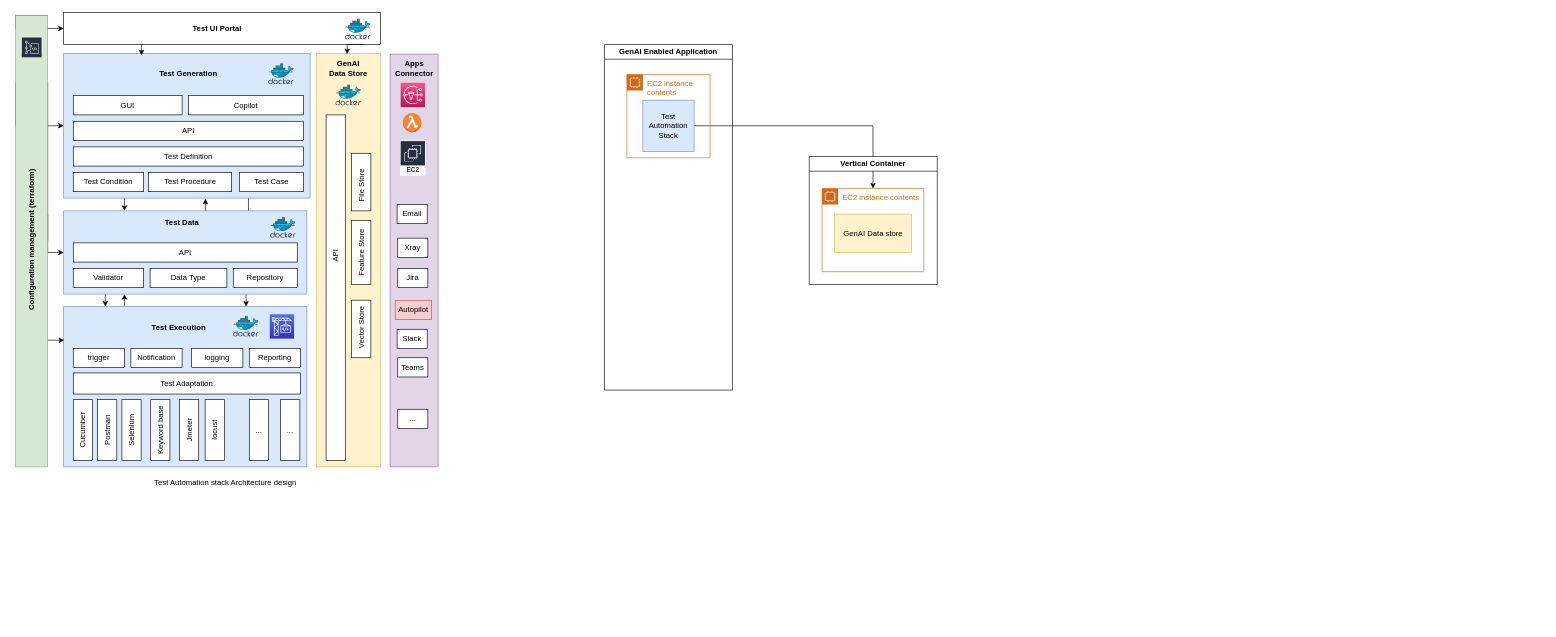
maxlinux/lab keeps this draw.io diagram as Untitled Diagram.drawio. Above is the earlier version. Source tidied: cells renumbered, new cells numbered last; positions are measured from the earlier drawing's top-left corner, leaving out a move shared by most shapes. Both pictures are drawn from the tidied source at 64%, with x=0, y=0 at pixel (-45, 12). Pictures stored in the file or linked from it are replaced by grey dashed boxes.
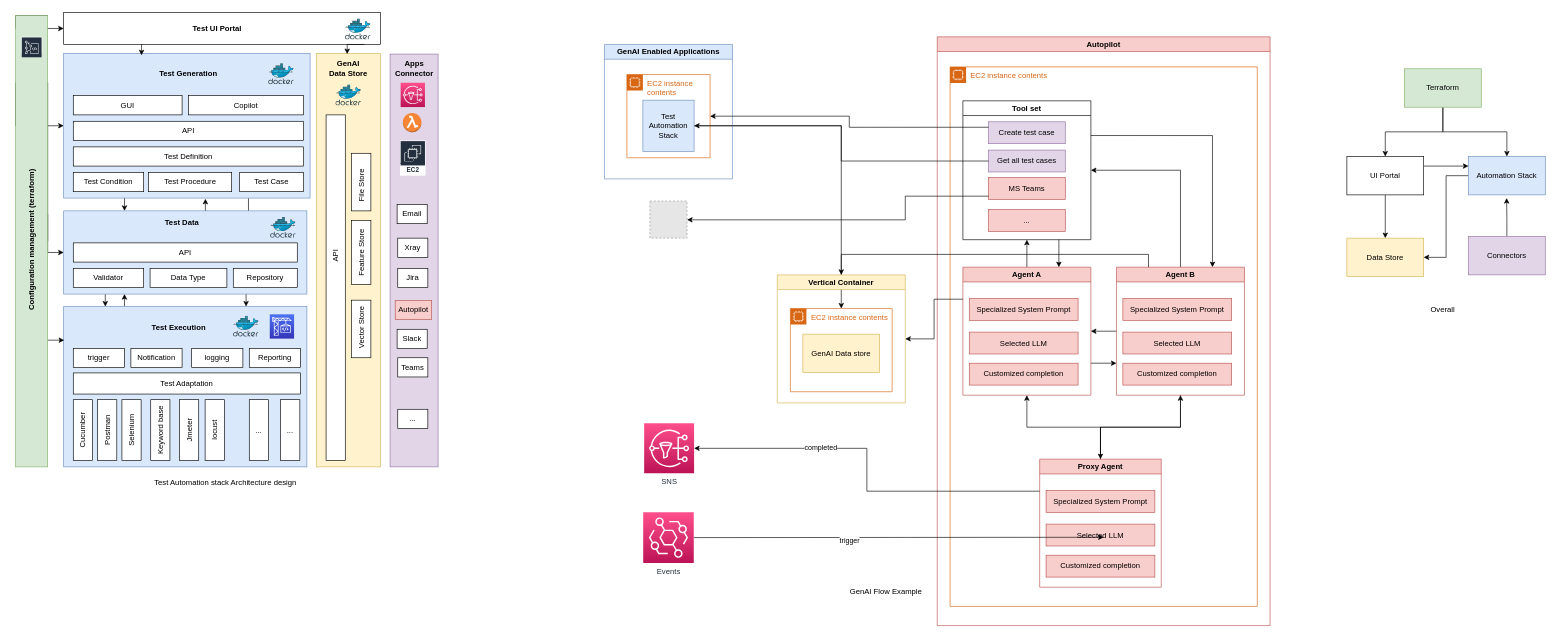
After the change.

Unchanged cells that the change refers to:
```xml
<mxCell id="88" value="EC2 instance contents" style="points=[[0,0],[0.25,0],[0.5,0],[0.75,0],[1,0],[1,0.25],[1,0.5],[1,0.75],[1,1],[0.75,1],[0.5,1],[0.25,1],[0,1],[0,0.75],[0,0.5],[0,0.25]];outlineConnect=0;gradientColor=none;html=1;whiteSpace=wrap;fontSize=12;fontStyle=0;shape=mxgraph.aws4.group;grIcon=mxgraph.aws4.group_ec2_instance_contents;strokeColor=#D86613;fillColor=none;verticalAlign=top;align=left;spacingLeft=30;fontColor=#D86613;dashed=0;" parent="87" vertex="1">
  <mxGeometry x="35" y="47" width="130" height="130" as="geometry" />
</mxCell>
<mxCell id="89" value="Test Automation Stack" style="whiteSpace=wrap;html=1;fillColor=#dae8fc;strokeColor=#6c8ebf;" parent="88" vertex="1">
  <mxGeometry x="25" y="40" width="80" height="80" as="geometry" />
</mxCell>
```

What changed in the source:
```diff
@@
+    <mxCell id="85" style="edgeStyle=orthogonalEdgeStyle;rounded=0;jettySize=auto;html=1;exitX=1;exitY=0.5;exitDx=0;exitDy=0;" parent="1" edge="1" source="89" target="83">
+      <mxGeometry relative="1" as="geometry" />
+    </mxCell>
+    <mxCell id="86" value="Vertical Container" style="swimlane;whiteSpace=wrap;html=1;fillColor=#fff2cc;strokeColor=#d6b656;" parent="1" vertex="1">
+      <mxGeometry x="1285" y="410" width="200" height="200" as="geometry" />
+    </mxCell>
-    <mxCell id="83" value="EC2 instance contents" style="points=[[0,0],[0.25,0],[0.5,0],[0.75,0],[1,0],[1,0.25],[1,0.5],[1,0.75],[1,1],[0.75,1],[0.5,1],[0.25,1],[0,1],[0,0.75],[0,0.5],[0,0.25]];outlineConnect=0;gradientColor=none;html=1;whiteSpace=wrap;fontSize=12;fontStyle=0;shape=mxgraph.aws4.group;grIcon=mxgraph.aws4.group_ec2_instance_contents;strokeColor=#D86613;fillColor=none;verticalAlign=top;align=left;spacingLeft=30;fontColor=#D86613;dashed=0;" parent="1" vertex="1">
-      <mxGeometry x="1355" y="275" width="159" height="130" as="geometry" />
+    <mxCell id="83" value="EC2 instance contents" style="points=[[0,0],[0.25,0],[0.5,0],[0.75,0],[1,0],[1,0.25],[1,0.5],[1,0.75],[1,1],[0.75,1],[0.5,1],[0.25,1],[0,1],[0,0.75],[0,0.5],[0,0.25]];outlineConnect=0;gradientColor=none;html=1;whiteSpace=wrap;fontSize=12;fontStyle=0;shape=mxgraph.aws4.group;grIcon=mxgraph.aws4.group_ec2_instance_contents;strokeColor=#D86613;fillColor=none;verticalAlign=top;align=left;spacingLeft=30;fontColor=#D86613;dashed=0;" parent="86" vertex="1">
+      <mxGeometry x="20.5" y="52.6" width="159" height="130" as="geometry" />
     </mxCell>
@@
-    <mxCell id="85" style="edgeStyle=orthogonalEdgeStyle;rounded=0;jettySize=auto;html=1;exitX=1;exitY=0.5;exitDx=0;exitDy=0;" parent="1" edge="1" source="89" target="83">
-      <mxGeometry relative="1" as="geometry" />
-    </mxCell>
-    <mxCell id="86" value="Vertical Container" style="swimlane;whiteSpace=wrap;html=1;" parent="1" vertex="1">
-      <mxGeometry x="1335" y="225" width="200" height="200" as="geometry" />
-    </mxCell>
-    <mxCell id="87" value="GenAI Enabled Application" style="swimlane;whiteSpace=wrap;html=1;" parent="1" vertex="1">
-      <mxGeometry x="1015" y="50" width="200" height="540" as="geometry" />
+    <mxCell id="87" value="GenAI Enabled Applications" style="swimlane;whiteSpace=wrap;html=1;fillColor=#dae8fc;strokeColor=#6c8ebf;" parent="1" vertex="1">
+      <mxGeometry x="1015" y="50" width="200" height="210" as="geometry" />
     </mxCell>
@@
+    <mxCell id="90" value="Autopilot" style="swimlane;whiteSpace=wrap;html=1;fillColor=#f8cecc;strokeColor=#b85450;" parent="1" vertex="1">
+      <mxGeometry x="1535" y="38" width="520" height="920" as="geometry" />
+    </mxCell>
+    <mxCell id="91" value="EC2 instance contents" style="gradientColor=none;html=1;whiteSpace=wrap;fontSize=12;fontStyle=0;shape=mxgraph.aws4.group;grIcon=mxgraph.aws4.group_ec2_instance_contents;strokeColor=#D86613;fillColor=none;verticalAlign=top;align=left;spacingLeft=30;fontColor=#D86613;dashed=0;" parent="90" vertex="1">
+      <mxGeometry x="20" y="47" width="480" height="843" as="geometry" />
+    </mxCell>
+    <mxCell id="92" style="edgeStyle=orthogonalEdgeStyle;rounded=0;jettySize=auto;html=1;exitX=0.5;exitY=0;exitDx=0;exitDy=0;entryX=0.5;entryY=1;entryDx=0;entryDy=0;" parent="91" edge="1" source="94" target="100">
+      <mxGeometry relative="1" as="geometry" />
+    </mxCell>
+    <mxCell id="93" style="edgeStyle=orthogonalEdgeStyle;rounded=0;jettySize=auto;html=1;exitX=1;exitY=0.75;exitDx=0;exitDy=0;entryX=0;entryY=0.75;entryDx=0;entryDy=0;" parent="91" edge="1" source="94" target="108">
+      <mxGeometry relative="1" as="geometry" />
+    </mxCell>
+    <mxCell id="94" value="Agent A" style="swimlane;fillColor=#f8cecc;strokeColor=#b85450;" parent="91" vertex="1">
+      <mxGeometry x="20" y="313" width="200" height="200" as="geometry" />
+    </mxCell>
+    <mxCell id="95" value="Specialized System Prompt" style="rounded=0;whiteSpace=wrap;html=1;fillColor=#f8cecc;strokeColor=#b85450;" parent="94" vertex="1">
+      <mxGeometry x="10" y="48.8" width="170" height="34.2" as="geometry" />
+    </mxCell>
+    <mxCell id="96" value="Selected LLM" style="rounded=0;whiteSpace=wrap;html=1;fillColor=#f8cecc;strokeColor=#b85450;" parent="94" vertex="1">
+      <mxGeometry x="10" y="101.4" width="170" height="34.2" as="geometry" />
+    </mxCell>
+    <mxCell id="97" value="Customized completion" style="rounded=0;whiteSpace=wrap;html=1;fillColor=#f8cecc;strokeColor=#b85450;" parent="94" vertex="1">
+      <mxGeometry x="10" y="150" width="170" height="34.2" as="geometry" />
+    </mxCell>
+    <mxCell id="98" style="edgeStyle=orthogonalEdgeStyle;rounded=0;jettySize=auto;html=1;exitX=0.75;exitY=1;exitDx=0;exitDy=0;entryX=0.75;entryY=0;entryDx=0;entryDy=0;" parent="91" edge="1" source="100" target="94">
+      <mxGeometry relative="1" as="geometry" />
+    </mxCell>
+    <mxCell id="99" style="edgeStyle=orthogonalEdgeStyle;rounded=0;jettySize=auto;html=1;exitX=1;exitY=0.25;exitDx=0;exitDy=0;entryX=0.75;entryY=0;entryDx=0;entryDy=0;" parent="91" edge="1" source="100" target="108">
+      <mxGeometry relative="1" as="geometry" />
+    </mxCell>
+    <mxCell id="100" value="Tool set" style="swimlane;" parent="91" vertex="1">
+      <mxGeometry x="20" y="53" width="200" height="217" as="geometry" />
+    </mxCell>
+    <mxCell id="101" value="Create test case" style="rounded=0;whiteSpace=wrap;html=1;fillColor=#e1d5e7;strokeColor=#9673a6;" parent="100" vertex="1">
+      <mxGeometry x="40" y="32.8" width="120" height="34.2" as="geometry" />
+    </mxCell>
+    <mxCell id="102" value="Get all test cases" style="rounded=0;whiteSpace=wrap;html=1;fillColor=#e1d5e7;strokeColor=#9673a6;" parent="100" vertex="1">
+      <mxGeometry x="40" y="77" width="120" height="34.2" as="geometry" />
+    </mxCell>
+    <mxCell id="103" value="MS Teams" style="rounded=0;whiteSpace=wrap;html=1;fillColor=#f8cecc;strokeColor=#b85450;" parent="100" vertex="1">
+      <mxGeometry x="40" y="120" width="120" height="34.2" as="geometry" />
+    </mxCell>
+    <mxCell id="104" value="..." style="rounded=0;whiteSpace=wrap;html=1;fillColor=#f8cecc;strokeColor=#b85450;" parent="100" vertex="1">
+      <mxGeometry x="40" y="170" width="120" height="34.2" as="geometry" />
+    </mxCell>
+    <mxCell id="105" style="edgeStyle=orthogonalEdgeStyle;rounded=0;jettySize=auto;html=1;exitX=0.5;exitY=0;exitDx=0;exitDy=0;entryX=1;entryY=0.5;entryDx=0;entryDy=0;" parent="91" edge="1" source="108" target="100">
+      <mxGeometry relative="1" as="geometry" />
+    </mxCell>
+    <mxCell id="106" style="edgeStyle=orthogonalEdgeStyle;rounded=0;jettySize=auto;html=1;exitX=0;exitY=0.5;exitDx=0;exitDy=0;entryX=1;entryY=0.5;entryDx=0;entryDy=0;" parent="91" edge="1" source="108" target="94">
+      <mxGeometry relative="1" as="geometry" />
+    </mxCell>
+    <mxCell id="107" style="edgeStyle=orthogonalEdgeStyle;rounded=0;jettySize=auto;html=1;exitX=0.5;exitY=1;exitDx=0;exitDy=0;entryX=0.5;entryY=0;entryDx=0;entryDy=0;" parent="91" edge="1" source="108" target="114">
+      <mxGeometry relative="1" as="geometry" />
+    </mxCell>
+    <mxCell id="108" value="Agent B" style="swimlane;fillColor=#f8cecc;strokeColor=#b85450;" parent="91" vertex="1">
+      <mxGeometry x="260" y="313" width="200" height="200" as="geometry" />
+    </mxCell>
+    <mxCell id="109" value="Specialized System Prompt" style="rounded=0;whiteSpace=wrap;html=1;fillColor=#f8cecc;strokeColor=#b85450;" parent="108" vertex="1">
+      <mxGeometry x="10" y="48.8" width="170" height="34.2" as="geometry" />
+    </mxCell>
+    <mxCell id="110" value="Selected LLM" style="rounded=0;whiteSpace=wrap;html=1;fillColor=#f8cecc;strokeColor=#b85450;" parent="108" vertex="1">
+      <mxGeometry x="10" y="101.4" width="170" height="34.2" as="geometry" />
+    </mxCell>
+    <mxCell id="111" value="Customized completion" style="rounded=0;whiteSpace=wrap;html=1;fillColor=#f8cecc;strokeColor=#b85450;" parent="108" vertex="1">
+      <mxGeometry x="10" y="150" width="170" height="34.2" as="geometry" />
+    </mxCell>
+    <mxCell id="112" style="edgeStyle=orthogonalEdgeStyle;rounded=0;jettySize=auto;html=1;exitX=0.5;exitY=0;exitDx=0;exitDy=0;entryX=0.5;entryY=1;entryDx=0;entryDy=0;" parent="91" edge="1" source="114" target="94">
+      <mxGeometry relative="1" as="geometry" />
+    </mxCell>
+    <mxCell id="113" style="edgeStyle=orthogonalEdgeStyle;rounded=0;jettySize=auto;html=1;exitX=0.5;exitY=0;exitDx=0;exitDy=0;entryX=0.5;entryY=1;entryDx=0;entryDy=0;" parent="91" edge="1" source="114" target="108">
+      <mxGeometry relative="1" as="geometry" />
+    </mxCell>
+    <mxCell id="114" value="Proxy Agent" style="swimlane;fillColor=#f8cecc;strokeColor=#b85450;" parent="91" vertex="1">
+      <mxGeometry x="140" y="613" width="190" height="200" as="geometry" />
+    </mxCell>
+    <mxCell id="115" value="Specialized System Prompt" style="rounded=0;whiteSpace=wrap;html=1;fillColor=#f8cecc;strokeColor=#b85450;" parent="114" vertex="1">
+      <mxGeometry x="10" y="48.8" width="170" height="34.2" as="geometry" />
+    </mxCell>
+    <mxCell id="116" value="Selected LLM" style="rounded=0;whiteSpace=wrap;html=1;fillColor=#f8cecc;strokeColor=#b85450;" parent="114" vertex="1">
+      <mxGeometry x="10" y="101.4" width="170" height="34.2" as="geometry" />
+    </mxCell>
+    <mxCell id="117" value="Customized completion" style="rounded=0;whiteSpace=wrap;html=1;fillColor=#f8cecc;strokeColor=#b85450;" parent="114" vertex="1">
+      <mxGeometry x="10" y="150" width="170" height="34.2" as="geometry" />
+    </mxCell>
+    <mxCell id="118" style="edgeStyle=orthogonalEdgeStyle;rounded=0;jettySize=auto;html=1;exitX=0;exitY=0.25;exitDx=0;exitDy=0;entryX=1;entryY=0.5;entryDx=0;entryDy=0;" parent="1" edge="1" source="101" target="88">
+      <mxGeometry relative="1" as="geometry" />
+    </mxCell>
+    <mxCell id="119" style="edgeStyle=orthogonalEdgeStyle;rounded=0;jettySize=auto;html=1;exitX=0;exitY=0.5;exitDx=0;exitDy=0;" parent="1" edge="1" source="102" target="89">
+      <mxGeometry relative="1" as="geometry" />
+    </mxCell>
+    <mxCell id="120" style="edgeStyle=orthogonalEdgeStyle;rounded=0;jettySize=auto;html=1;exitX=0;exitY=0.25;exitDx=0;exitDy=0;entryX=1;entryY=0.5;entryDx=0;entryDy=0;" parent="1" edge="1" source="94" target="86">
+      <mxGeometry relative="1" as="geometry" />
+    </mxCell>
+    <mxCell id="121" style="edgeStyle=orthogonalEdgeStyle;rounded=0;jettySize=auto;html=1;exitX=0.25;exitY=0;exitDx=0;exitDy=0;entryX=0.5;entryY=0;entryDx=0;entryDy=0;" parent="1" edge="1" source="108" target="86">
+      <mxGeometry relative="1" as="geometry" />
+    </mxCell>
+    <mxCell id="122" style="fillColor=#E6E6E6;strokeColor=#999999;dashed=1;html=1;verticalAlign=top;verticalLabelPosition=bottom;labelBackgroundColor=#ffffff;" parent="1" vertex="1">
+      <mxGeometry x="1086" y="294.6" width="58" height="58" as="geometry" />
+    </mxCell>
+    <mxCell id="123" style="edgeStyle=orthogonalEdgeStyle;rounded=0;jettySize=auto;html=1;" parent="1" edge="1" source="103" target="122">
+      <mxGeometry relative="1" as="geometry">
+        <Array as="points">
+          <mxPoint x="1485" y="287" />
+          <mxPoint x="1485" y="324" />
+        </Array>
+      </mxGeometry>
+    </mxCell>
+    <mxCell id="124" style="edgeStyle=orthogonalEdgeStyle;rounded=0;jettySize=auto;html=1;exitX=1;exitY=0.5;exitDx=0;exitDy=0;exitPerimeter=0;" parent="1" edge="1" source="126">
+      <mxGeometry relative="1" as="geometry">
+        <mxPoint x="1795" y="820" as="targetPoint" />
+      </mxGeometry>
+    </mxCell>
+    <mxCell id="125" value="trigger" style="edgeLabel;html=1;align=center;verticalAlign=middle;" parent="124" vertex="1">
+      <mxGeometry x="-0.24" y="-5" relative="1" as="geometry" />
+    </mxCell>
+    <mxCell id="126" value="Events" style="sketch=0;points=[[0,0,0],[0.25,0,0],[0.5,0,0],[0.75,0,0],[1,0,0],[0,1,0],[0.25,1,0],[0.5,1,0],[0.75,1,0],[1,1,0],[0,0.25,0],[0,0.5,0],[0,0.75,0],[1,0.25,0],[1,0.5,0],[1,0.75,0]];outlineConnect=0;fontColor=#232F3E;gradientColor=#FF4F8B;gradientDirection=north;fillColor=#BC1356;strokeColor=#ffffff;dashed=0;verticalLabelPosition=bottom;verticalAlign=top;align=center;html=1;fontSize=12;fontStyle=0;shape=mxgraph.aws4.resourceIcon;resIcon=mxgraph.aws4.eventbridge;" parent="1" vertex="1">
+      <mxGeometry x="1075.5" y="781" width="79" height="79" as="geometry" />
+    </mxCell>
+    <mxCell id="127" value="&lt;div&gt;SNS&lt;/div&gt;" style="sketch=0;points=[[0,0,0],[0.25,0,0],[0.5,0,0],[0.75,0,0],[1,0,0],[0,1,0],[0.25,1,0],[0.5,1,0],[0.75,1,0],[1,1,0],[0,0.25,0],[0,0.5,0],[0,0.75,0],[1,0.25,0],[1,0.5,0],[1,0.75,0]];outlineConnect=0;fontColor=#232F3E;gradientColor=#FF4F8B;gradientDirection=north;fillColor=#BC1356;strokeColor=#ffffff;dashed=0;verticalLabelPosition=bottom;verticalAlign=top;align=center;html=1;fontSize=12;fontStyle=0;shape=mxgraph.aws4.resourceIcon;resIcon=mxgraph.aws4.sns;" parent="1" vertex="1">
+      <mxGeometry x="1077" y="642" width="78" height="78" as="geometry" />
+    </mxCell>
+    <mxCell id="128" style="edgeStyle=orthogonalEdgeStyle;rounded=0;jettySize=auto;html=1;exitX=0;exitY=0.25;exitDx=0;exitDy=0;" parent="1" edge="1" source="114" target="127">
+      <mxGeometry relative="1" as="geometry" />
+    </mxCell>
+    <mxCell id="129" value="completed" style="edgeLabel;html=1;align=center;verticalAlign=middle;" parent="128" vertex="1">
+      <mxGeometry x="0.35" y="-2" relative="1" as="geometry" />
+    </mxCell>
+    <mxCell id="130" value="&lt;div&gt;GenAI Flow Example&lt;br&gt;&lt;/div&gt;" style="text;html=1;strokeColor=none;fillColor=none;align=center;verticalAlign=middle;whiteSpace=wrap;rounded=0;" parent="1" vertex="1">
+      <mxGeometry x="1395" y="890" width="120" height="30" as="geometry" />
+    </mxCell>
+    <mxCell id="131" style="edgeStyle=orthogonalEdgeStyle;rounded=0;jettySize=auto;html=1;exitX=0.5;exitY=1;exitDx=0;exitDy=0;entryX=0.5;entryY=0;entryDx=0;entryDy=0;" parent="1" edge="1" source="133" target="136">
+      <mxGeometry relative="1" as="geometry" />
+    </mxCell>
+    <mxCell id="132" style="edgeStyle=orthogonalEdgeStyle;rounded=0;jettySize=auto;html=1;exitX=0.5;exitY=1;exitDx=0;exitDy=0;" parent="1" edge="1" source="133" target="138">
+      <mxGeometry relative="1" as="geometry" />
+    </mxCell>
+    <mxCell id="133" value="Terraform" style="rounded=0;whiteSpace=wrap;html=1;fillColor=#d5e8d4;strokeColor=#82b366;" parent="1" vertex="1">
+      <mxGeometry x="2265" y="88" width="120" height="60" as="geometry" />
+    </mxCell>
+    <mxCell id="134" style="edgeStyle=orthogonalEdgeStyle;rounded=0;jettySize=auto;html=1;exitX=1;exitY=0.25;exitDx=0;exitDy=0;entryX=0;entryY=0.25;entryDx=0;entryDy=0;" parent="1" edge="1" source="136" target="138">
+      <mxGeometry relative="1" as="geometry" />
+    </mxCell>
+    <mxCell id="135" style="edgeStyle=orthogonalEdgeStyle;rounded=0;jettySize=auto;html=1;exitX=0.5;exitY=1;exitDx=0;exitDy=0;entryX=0.5;entryY=0;entryDx=0;entryDy=0;" parent="1" edge="1" source="136" target="139">
+      <mxGeometry relative="1" as="geometry" />
+    </mxCell>
+    <mxCell id="136" value="UI Portal" style="rounded=0;whiteSpace=wrap;html=1;" parent="1" vertex="1">
+      <mxGeometry x="2175" y="225" width="120" height="60" as="geometry" />
+    </mxCell>
+    <mxCell id="137" style="edgeStyle=orthogonalEdgeStyle;rounded=0;jettySize=auto;html=1;exitX=0;exitY=0.5;exitDx=0;exitDy=0;entryX=1;entryY=0.5;entryDx=0;entryDy=0;" parent="1" edge="1" source="138" target="139">
+      <mxGeometry relative="1" as="geometry" />
+    </mxCell>
+    <mxCell id="138" value="Automation Stack" style="rounded=0;whiteSpace=wrap;html=1;fillColor=#dae8fc;strokeColor=#6c8ebf;" parent="1" vertex="1">
+      <mxGeometry x="2365" y="225" width="120" height="60" as="geometry" />
+    </mxCell>
+    <mxCell id="139" value="Data Store" style="rounded=0;whiteSpace=wrap;html=1;fillColor=#fff2cc;strokeColor=#d6b656;" parent="1" vertex="1">
+      <mxGeometry x="2175" y="352.6" width="120" height="60" as="geometry" />
+    </mxCell>
+    <mxCell id="140" style="edgeStyle=orthogonalEdgeStyle;rounded=0;jettySize=auto;html=1;exitX=0.5;exitY=0;exitDx=0;exitDy=0;" parent="1" edge="1" source="141">
+      <mxGeometry relative="1" as="geometry">
+        <mxPoint x="2424.6" y="290" as="targetPoint" />
+      </mxGeometry>
+    </mxCell>
+    <mxCell id="141" value="Connectors" style="rounded=0;whiteSpace=wrap;html=1;fillColor=#e1d5e7;strokeColor=#9673a6;" parent="1" vertex="1">
+      <mxGeometry x="2365" y="350" width="120" height="60" as="geometry" />
+    </mxCell>
+    <mxCell id="142" value="Overall" style="text;html=1;strokeColor=none;fillColor=none;align=center;verticalAlign=middle;whiteSpace=wrap;rounded=0;" parent="1" vertex="1">
+      <mxGeometry x="2295" y="450" width="60" height="30" as="geometry" />
+    </mxCell>
```
